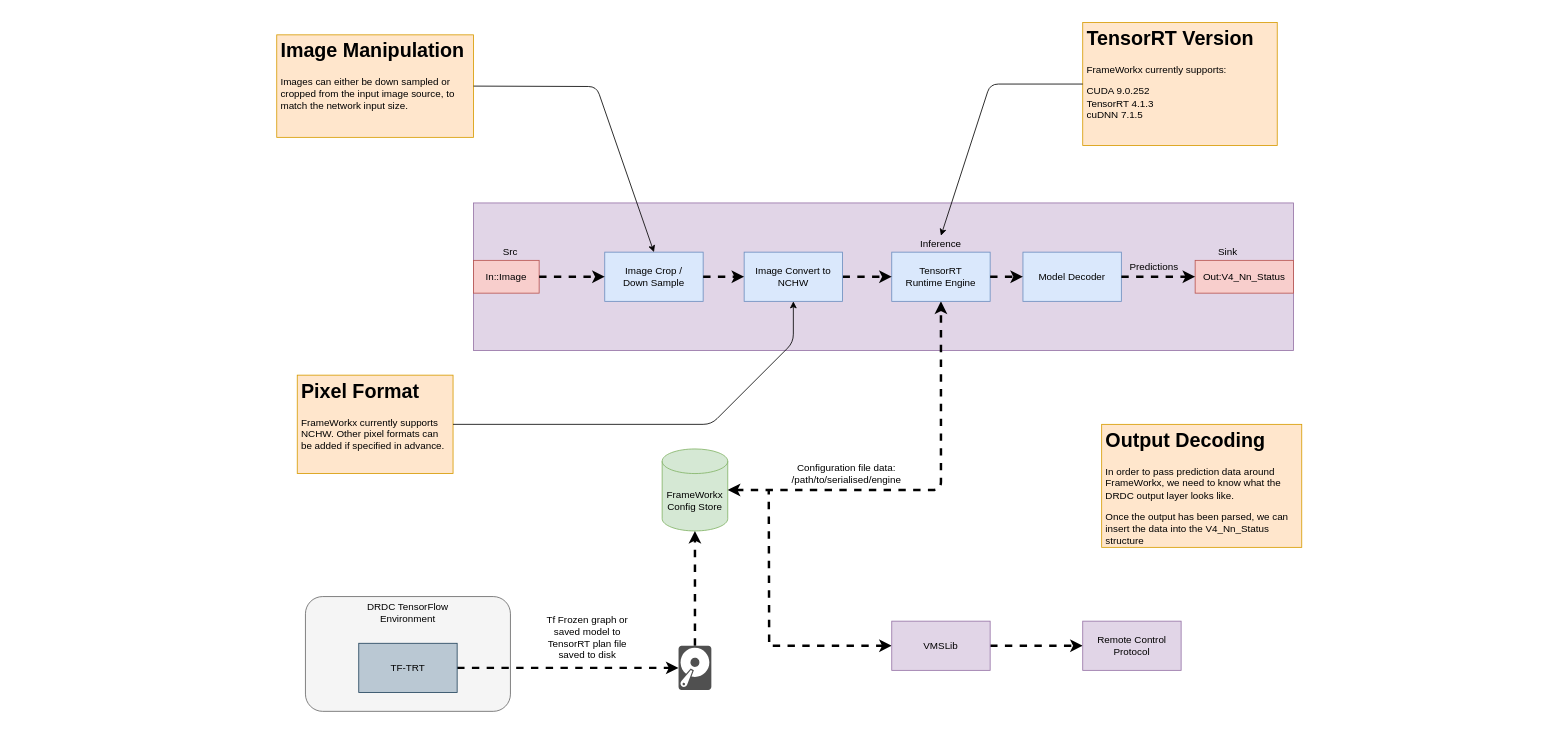
Above: drdc_frameworkx_block_d.drawio in mj8ac/hello-world (draw.io), before the change. Source tidied: cells renumbered, new cells numbered last; positions are measured from the earlier drawing's top-left corner, leaving out a move shared by most shapes. Both pictures are drawn from the tidied source at 82%, with x=0, y=0 at pixel (276, 22).
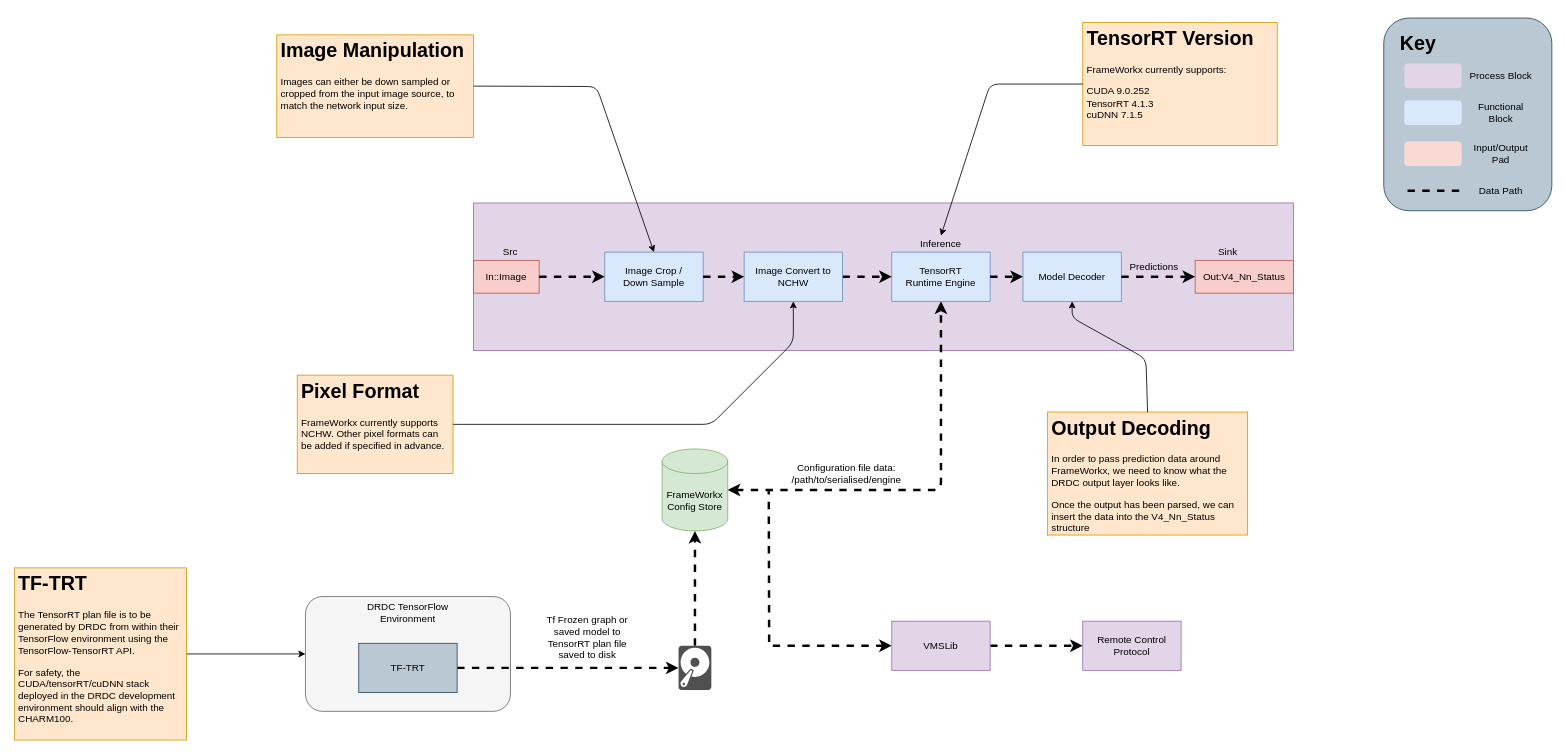
The same diagram, later.

Unchanged cells that the change refers to:
```xml
<mxCell id="2" style="rounded=1;whiteSpace=wrap;html=1;fillColor=#f5f5f5;strokeColor=#666666;fontColor=#333333;" parent="1" vertex="1">
  <mxGeometry x="35" y="700" width="250" height="140" as="geometry" />
</mxCell>
<mxCell id="29" value="Model Decoder" style="rounded=0;whiteSpace=wrap;html=1;fillColor=#dae8fc;strokeColor=#6c8ebf;" parent="19" vertex="1">
  <mxGeometry x="660" y="10" width="120" height="60" as="geometry" />
</mxCell>
```

The edit, as a diff of the source:
```diff
@@
     <mxCell id="39" value="&lt;h1&gt;Output Decoding&lt;/h1&gt;&lt;p&gt;In order to pass prediction data around FrameWorkx, we need to know what the DRDC output layer looks like.&lt;/p&gt;&lt;p&gt;Once the output has been parsed, we can insert the data into the V4_Nn_Status structure&lt;/p&gt;" style="text;html=1;strokeColor=#d79b00;fillColor=#ffe6cc;spacing=5;spacingTop=-20;whiteSpace=wrap;overflow=hidden;rounded=0;" parent="1" vertex="1">
-      <mxGeometry x="1006" y="490" width="244" height="150" as="geometry" />
+      <mxGeometry x="940" y="475" width="244" height="150" as="geometry" />
     </mxCell>
+    <mxCell id="40" style="endArrow=classic;html=1;strokeWidth=1;exitX=0.5;exitY=0;exitDx=0;exitDy=0;entryX=0.5;entryY=1;entryDx=0;entryDy=0;" parent="1" edge="1" source="39" target="29">
+      <mxGeometry relative="1" as="geometry">
+        <Array as="points">
+          <mxPoint x="1060" y="410" />
+          <mxPoint x="970" y="360" />
+        </Array>
+      </mxGeometry>
+    </mxCell>
+    <mxCell id="41" style="edgeStyle=orthogonalEdgeStyle;rounded=0;jettySize=auto;html=1;entryX=0;entryY=0.5;entryDx=0;entryDy=0;startArrow=none;startFill=0;endArrow=classic;endFill=1;strokeWidth=1;" parent="1" edge="1" source="42" target="2">
+      <mxGeometry relative="1" as="geometry" />
+    </mxCell>
+    <mxCell id="42" value="&lt;h1&gt;TF-TRT&lt;/h1&gt;&lt;p&gt;The TensorRT plan file is to be generated by DRDC from within their TensorFlow environment using the TensorFlow-TensorRT API.&lt;/p&gt;&lt;p&gt;For safety, the CUDA/tensorRT/cuDNN stack deployed in the DRDC development environment should align with the CHARM100.&lt;/p&gt;" style="text;html=1;strokeColor=#d79b00;fillColor=#ffe6cc;spacing=5;spacingTop=-20;whiteSpace=wrap;overflow=hidden;rounded=0;" parent="1" vertex="1">
+      <mxGeometry x="-320" y="665" width="210" height="210" as="geometry" />
+    </mxCell>
+    <mxCell id="43" style="rounded=1;whiteSpace=wrap;html=1;strokeColor=#23445d;fillColor=#bac8d3;" parent="1" vertex="1">
+      <mxGeometry x="1350" y="-5.5" width="205" height="235" as="geometry" />
+    </mxCell>
+    <mxCell id="44" value="&lt;h1&gt;Key&lt;/h1&gt;&lt;p&gt;&lt;br&gt;&lt;/p&gt;" style="text;html=1;strokeColor=none;fillColor=none;spacing=5;spacingTop=-20;whiteSpace=wrap;overflow=hidden;rounded=0;" parent="1" vertex="1">
+      <mxGeometry x="1365" y="6" width="190" height="120" as="geometry" />
+    </mxCell>
+    <mxCell id="45" style="rounded=1;whiteSpace=wrap;html=1;fillColor=#e1d5e7;strokeColor=none;" parent="1" vertex="1">
+      <mxGeometry x="1375" y="50" width="70" height="30" as="geometry" />
+    </mxCell>
+    <mxCell id="46" value="Process Block" style="text;html=1;strokeColor=none;fillColor=none;align=center;verticalAlign=middle;whiteSpace=wrap;rounded=0;" parent="1" vertex="1">
+      <mxGeometry x="1448" y="55" width="90" height="20" as="geometry" />
+    </mxCell>
+    <mxCell id="47" style="rounded=1;whiteSpace=wrap;html=1;fillColor=#dae8fc;strokeColor=none;" parent="1" vertex="1">
+      <mxGeometry x="1375" y="95" width="70" height="30" as="geometry" />
+    </mxCell>
+    <mxCell id="48" value="Functional Block" style="text;html=1;fillColor=none;align=center;verticalAlign=middle;whiteSpace=wrap;rounded=0;" parent="1" vertex="1">
+      <mxGeometry x="1448" y="100" width="90" height="20" as="geometry" />
+    </mxCell>
+    <mxCell id="49" style="rounded=1;whiteSpace=wrap;html=1;fillColor=#fad9d5;strokeColor=none;" parent="1" vertex="1">
+      <mxGeometry x="1375" y="145" width="70" height="30" as="geometry" />
+    </mxCell>
+    <mxCell id="50" value="Input/Output Pad" style="text;html=1;fillColor=none;align=center;verticalAlign=middle;whiteSpace=wrap;rounded=0;" parent="1" vertex="1">
+      <mxGeometry x="1448" y="150" width="90" height="20" as="geometry" />
+    </mxCell>
+    <mxCell id="51" style="edgeStyle=orthogonalEdgeStyle;rounded=0;orthogonalLoop=1;jettySize=auto;html=1;exitX=1;exitY=0.5;exitDx=0;exitDy=0;dashed=1;startArrow=none;startFill=0;endArrow=none;endFill=0;strokeWidth=3;" parent="1" edge="1">
+      <mxGeometry x="1020" y="50" as="geometry">
+        <mxPoint x="1379" y="205" as="sourcePoint" />
+        <mxPoint x="1449" y="205" as="targetPoint" />
+      </mxGeometry>
+    </mxCell>
+    <mxCell id="52" value="Data Path" style="text;html=1;fillColor=none;align=center;verticalAlign=middle;whiteSpace=wrap;rounded=0;" parent="1" vertex="1">
+      <mxGeometry x="1448" y="195" width="90" height="20" as="geometry" />
+    </mxCell>
```
